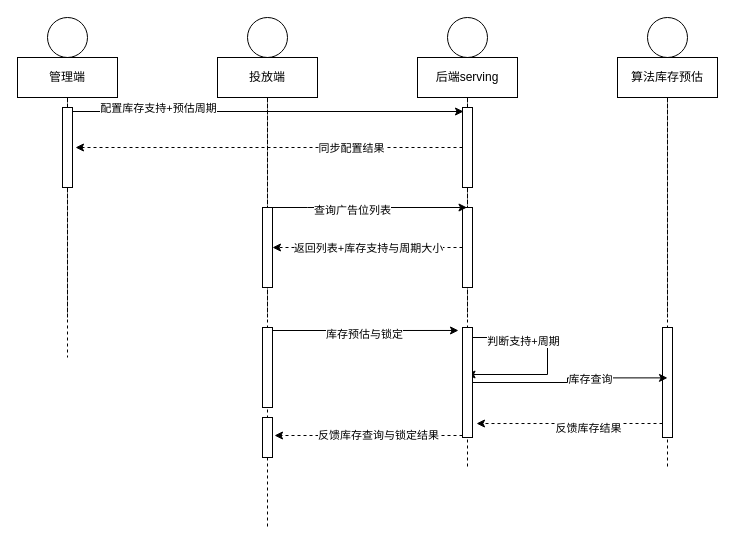
The draw.io diagram brand-drawio/库存预估与锁量.drawio in karlchan-cn/drawio-repository, before the edit. Source tidied: cells renumbered, new cells numbered last; positions are measured from the earlier drawing's top-left corner, leaving out a move shared by most shapes. Both pictures are drawn from the tidied source at 100%, with x=0, y=0 at pixel (17, 17).
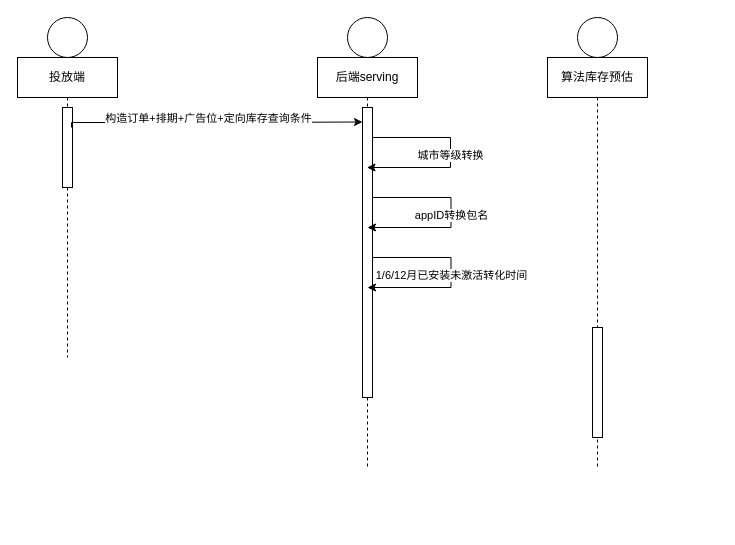
After the change.

Commit message (it also covers changes not shown here):
Update 库存预估与锁量.drawio

The change refers to these unchanged cells:
```xml
<mxCell id="11" style="html=1;points=[];perimeter=orthogonalPerimeter;" parent="10" vertex="1">
  <mxGeometry x="45" y="50" width="10" height="80" as="geometry" />
</mxCell>
<mxCell id="23" style="html=1;points=[];perimeter=orthogonalPerimeter;" parent="22" vertex="1">
  <mxGeometry x="45" y="270" width="10" height="110" as="geometry" />
</mxCell>
```

What changed in the source:
```diff
@@
-    <mxCell id="2" style="shape=umlLifeline;participant=umlEntity;perimeter=lifelinePerimeter;whiteSpace=wrap;html=1;verticalAlign=top;spacingTop=36;" parent="1" vertex="1">
-      <mxGeometry x="230" width="40" height="300" as="geometry" />
-    </mxCell>
-    <mxCell id="3" value="投放端" style="shape=umlLifeline;perimeter=lifelinePerimeter;whiteSpace=wrap;html=1;" parent="1" vertex="1">
-      <mxGeometry x="200" y="40" width="100" height="470" as="geometry" />
-    </mxCell>
-    <mxCell id="4" style="html=1;points=[];perimeter=orthogonalPerimeter;" parent="3" vertex="1">
-      <mxGeometry x="45" y="150" width="10" height="80" as="geometry" />
-    </mxCell>
-    <mxCell id="5" style="html=1;points=[];perimeter=orthogonalPerimeter;" parent="3" vertex="1">
-      <mxGeometry x="45" y="270" width="10" height="80" as="geometry" />
-    </mxCell>
     <mxCell id="6" style="shape=umlLifeline;participant=umlEntity;perimeter=lifelinePerimeter;whiteSpace=wrap;html=1;verticalAlign=top;spacingTop=36;" parent="1" vertex="1">
-      <mxGeometry x="430" width="40" height="300" as="geometry" />
+      <mxGeometry x="330" width="40" height="40" as="geometry" />
     </mxCell>
     <mxCell id="7" value="后端serving" style="shape=umlLifeline;perimeter=lifelinePerimeter;whiteSpace=wrap;html=1;outlineConnect=0;" parent="1" vertex="1">
-      <mxGeometry x="400" y="40" width="100" height="410" as="geometry" />
+      <mxGeometry x="300" y="40" width="100" height="410" as="geometry" />
     </mxCell>
     <mxCell id="8" style="html=1;points=[];perimeter=orthogonalPerimeter;" parent="7" vertex="1">
-      <mxGeometry x="45" y="50" width="10" height="80" as="geometry" />
+      <mxGeometry x="45" y="50" width="10" height="290" as="geometry" />
     </mxCell>
+    <mxCell id="36" value="城市等级转换" style="edgeStyle=orthogonalEdgeStyle;rounded=0;jettySize=auto;html=1;" parent="7" edge="1" source="8" target="7">
+      <mxGeometry relative="1" as="geometry">
+        <Array as="points">
+          <mxPoint x="133" y="80" />
+          <mxPoint x="133" y="110" />
+        </Array>
+      </mxGeometry>
+    </mxCell>
     <mxCell id="9" style="shape=umlLifeline;participant=umlEntity;perimeter=lifelinePerimeter;whiteSpace=wrap;html=1;verticalAlign=top;spacingTop=36;" parent="1" vertex="1">
-      <mxGeometry x="30" width="40" height="300" as="geometry" />
+      <mxGeometry x="30" width="40" height="40" as="geometry" />
     </mxCell>
-    <mxCell id="10" value="管理端" style="shape=umlLifeline;perimeter=lifelinePerimeter;whiteSpace=wrap;html=1;" parent="1" vertex="1">
+    <mxCell id="10" value="投放端" style="shape=umlLifeline;perimeter=lifelinePerimeter;whiteSpace=wrap;html=1;" parent="1" vertex="1">
       <mxGeometry y="40" width="100" height="300" as="geometry" />
     </mxCell>
@@
-    <mxCell id="12" style="edgeStyle=orthogonalEdgeStyle;rounded=0;jettySize=auto;html=1;entryX=0.1;entryY=0.05;entryDx=0;entryDy=0;entryPerimeter=0;" parent="1" edge="1" source="11" target="8">
+    <mxCell id="12" style="edgeStyle=orthogonalEdgeStyle;rounded=0;orthogonalLoop=1;jettySize=auto;html=1;entryX=0.1;entryY=0.05;entryDx=0;entryDy=0;entryPerimeter=0;" parent="1" edge="1">
       <mxGeometry relative="1" as="geometry">
+        <mxPoint x="54" y="110" as="sourcePoint" />
+        <mxPoint x="345" y="104.5" as="targetPoint" />
         <Array as="points">
-          <mxPoint x="160" y="94" />
-          <mxPoint x="160" y="94" />
+          <mxPoint x="54" y="105" />
+          <mxPoint x="219" y="105" />
         </Array>
       </mxGeometry>
     </mxCell>
-    <mxCell id="13" value="配置库存支持+预估周期" style="edgeLabel;html=1;align=center;verticalAlign=middle;" parent="12" vertex="1">
+    <mxCell id="13" value="构造订单+排期+广告位+定向库存查询条件" style="edgeLabel;html=1;align=center;verticalAlign=middle;" parent="12" vertex="1">
       <mxGeometry x="-0.42" y="-1" relative="1" as="geometry">
-        <mxPoint x="-28" y="-5" as="offset" />
+        <mxPoint x="55" y="-6" as="offset" />
       </mxGeometry>
     </mxCell>
-    <mxCell id="14" style="edgeStyle=orthogonalEdgeStyle;rounded=0;jettySize=auto;html=1;entryX=1.3;entryY=0.5;entryDx=0;entryDy=0;entryPerimeter=0;dashed=1;" parent="1" edge="1" source="8" target="11">
-      <mxGeometry relative="1" as="geometry" />
-    </mxCell>
-    <mxCell id="15" value="同步配置结果" style="edgeLabel;html=1;align=center;verticalAlign=middle;" parent="14" vertex="1">
-      <mxGeometry x="-0.42" relative="1" as="geometry" />
-    </mxCell>
-    <mxCell id="16" style="edgeStyle=orthogonalEdgeStyle;rounded=0;jettySize=auto;html=1;dashed=1;" parent="1" edge="1" source="18" target="4">
-      <mxGeometry relative="1" as="geometry" />
-    </mxCell>
-    <mxCell id="17" value="返回列表+库存支持与周期大小" style="edgeLabel;html=1;align=center;verticalAlign=middle;" parent="16" vertex="1">
-      <mxGeometry x="-0.23" y="2" relative="1" as="geometry">
-        <mxPoint x="-22" y="-2" as="offset" />
-      </mxGeometry>
-    </mxCell>
-    <mxCell id="18" style="html=1;points=[];perimeter=orthogonalPerimeter;" parent="1" vertex="1">
-      <mxGeometry x="445" y="190" width="10" height="80" as="geometry" />
-    </mxCell>
-    <mxCell id="19" style="edgeStyle=orthogonalEdgeStyle;rounded=0;jettySize=auto;html=1;" parent="1" edge="1" source="4" target="7">
-      <mxGeometry relative="1" as="geometry">
-        <Array as="points">
-          <mxPoint x="290" y="190" />
-          <mxPoint x="290" y="190" />
-        </Array>
-      </mxGeometry>
-    </mxCell>
-    <mxCell id="20" value="查询广告位列表" style="edgeLabel;html=1;align=center;verticalAlign=middle;" parent="19" vertex="1">
-      <mxGeometry x="-0.19" y="-2" relative="1" as="geometry" />
-    </mxCell>
     <mxCell id="21" style="shape=umlLifeline;participant=umlEntity;perimeter=lifelinePerimeter;whiteSpace=wrap;html=1;verticalAlign=top;spacingTop=36;" parent="1" vertex="1">
-      <mxGeometry x="630" width="40" height="300" as="geometry" />
+      <mxGeometry x="560" width="40" height="40" as="geometry" />
     </mxCell>
     <mxCell id="22" value="算法库存预估" style="shape=umlLifeline;perimeter=lifelinePerimeter;whiteSpace=wrap;html=1;" parent="1" vertex="1">
-      <mxGeometry x="600" y="40" width="100" height="410" as="geometry" />
+      <mxGeometry x="530" y="40" width="100" height="410" as="geometry" />
     </mxCell>
@@
-    <mxCell id="24" style="edgeStyle=orthogonalEdgeStyle;rounded=0;jettySize=auto;html=1;" parent="1" edge="1" source="30" target="7">
-      <mxGeometry relative="1" as="geometry">
-        <Array as="points">
-          <mxPoint x="530" y="320" />
-          <mxPoint x="530" y="357" />
-        </Array>
-      </mxGeometry>
-    </mxCell>
-    <mxCell id="25" value="判断支持+周期" style="edgeLabel;html=1;align=center;verticalAlign=middle;" parent="24" vertex="1">
-      <mxGeometry x="-0.48" y="-3" relative="1" as="geometry" />
-    </mxCell>
-    <mxCell id="26" style="edgeStyle=orthogonalEdgeStyle;rounded=0;jettySize=auto;html=1;entryX=0.5;entryY=0.458;entryDx=0;entryDy=0;entryPerimeter=0;" parent="1" edge="1" source="30" target="23">
-      <mxGeometry relative="1" as="geometry" />
-    </mxCell>
-    <mxCell id="27" value="库存查询" style="edgeLabel;html=1;align=center;verticalAlign=middle;" parent="26" vertex="1">
-      <mxGeometry x="0.22" y="-1" relative="1" as="geometry" />
-    </mxCell>
-    <mxCell id="28" style="edgeStyle=orthogonalEdgeStyle;rounded=0;jettySize=auto;html=1;entryX=1.2;entryY=0.45;entryDx=0;entryDy=0;entryPerimeter=0;dashed=1;" parent="1" edge="1" source="30" target="35">
-      <mxGeometry relative="1" as="geometry">
-        <Array as="points">
-          <mxPoint x="390" y="418" />
-          <mxPoint x="390" y="418" />
-        </Array>
-      </mxGeometry>
-    </mxCell>
-    <mxCell id="29" value="反馈库存查询与锁定结果" style="edgeLabel;html=1;align=center;verticalAlign=middle;" parent="28" vertex="1">
-      <mxGeometry x="-0.32" y="-1" relative="1" as="geometry">
-        <mxPoint x="-21" as="offset" />
-      </mxGeometry>
-    </mxCell>
-    <mxCell id="30" style="html=1;points=[];perimeter=orthogonalPerimeter;" parent="1" vertex="1">
-      <mxGeometry x="445" y="310" width="10" height="110" as="geometry" />
-    </mxCell>
-    <mxCell id="31" style="edgeStyle=orthogonalEdgeStyle;rounded=0;jettySize=auto;html=1;entryX=-0.4;entryY=0.027;entryDx=0;entryDy=0;entryPerimeter=0;" parent="1" edge="1" source="5" target="30">
-      <mxGeometry relative="1" as="geometry">
-        <Array as="points">
-          <mxPoint x="310" y="313" />
-          <mxPoint x="310" y="313" />
-        </Array>
-      </mxGeometry>
-    </mxCell>
-    <mxCell id="32" value="库存预估与锁定" style="edgeLabel;html=1;align=center;verticalAlign=middle;" parent="31" vertex="1">
-      <mxGeometry x="0.23" y="-1" relative="1" as="geometry">
-        <mxPoint x="-23" y="3" as="offset" />
-      </mxGeometry>
-    </mxCell>
-    <mxCell id="33" style="edgeStyle=orthogonalEdgeStyle;rounded=0;jettySize=auto;html=1;entryX=1.4;entryY=0.873;entryDx=0;entryDy=0;entryPerimeter=0;dashed=1;" parent="1" edge="1" source="23" target="30">
-      <mxGeometry relative="1" as="geometry">
-        <Array as="points">
-          <mxPoint x="590" y="406" />
-          <mxPoint x="590" y="406" />
-        </Array>
-      </mxGeometry>
-    </mxCell>
-    <mxCell id="34" value="反馈库存结果" style="edgeLabel;html=1;align=center;verticalAlign=middle;" parent="33" vertex="1">
-      <mxGeometry x="-0.19" y="4" relative="1" as="geometry" />
-    </mxCell>
-    <mxCell id="35" style="html=1;points=[];perimeter=orthogonalPerimeter;" parent="1" vertex="1">
-      <mxGeometry x="245" y="400" width="10" height="40" as="geometry" />
-    </mxCell>
+    <mxCell id="37" value="appID转换包名" style="edgeStyle=orthogonalEdgeStyle;rounded=0;orthogonalLoop=1;jettySize=auto;html=1;" parent="1" edge="1">
+      <mxGeometry relative="1" as="geometry">
+        <mxPoint x="355.5" y="180" as="sourcePoint" />
+        <mxPoint x="350" y="210" as="targetPoint" />
+        <Array as="points">
+          <mxPoint x="433.5" y="180" />
+          <mxPoint x="433.5" y="210" />
+        </Array>
+      </mxGeometry>
+    </mxCell>
+    <mxCell id="38" value="1/6/12月已安装未激活转化时间" style="edgeStyle=orthogonalEdgeStyle;rounded=0;orthogonalLoop=1;jettySize=auto;html=1;" parent="1" edge="1">
+      <mxGeometry relative="1" as="geometry">
+        <mxPoint x="355.5" y="240" as="sourcePoint" />
+        <mxPoint x="350" y="270" as="targetPoint" />
+        <Array as="points">
+          <mxPoint x="433.5" y="240" />
+          <mxPoint x="433.5" y="270" />
+        </Array>
+      </mxGeometry>
+    </mxCell>
```
